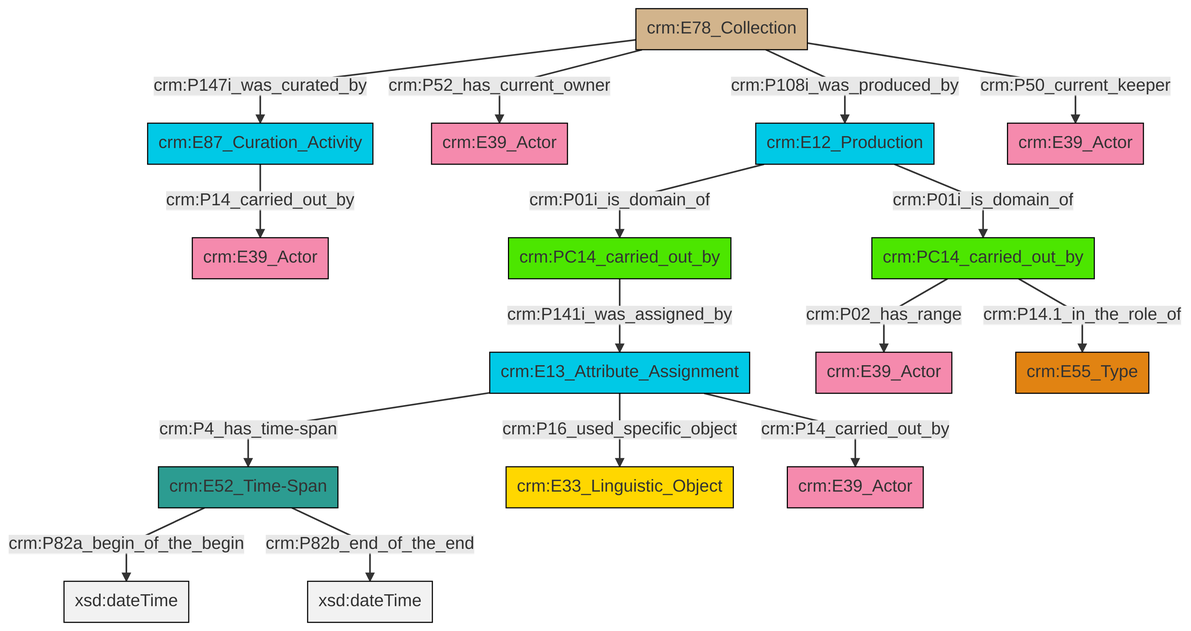
swiss-art-research-net/docs.swissartresearch keeps this Mermaid diagram as et/archivalCSV/ttl/mmd/png/archival_relation.png. Above is the earlier version. Its source is kept beside it as et/archivalCSV/ttl/mmd/archival_relation.ttl.mmd.
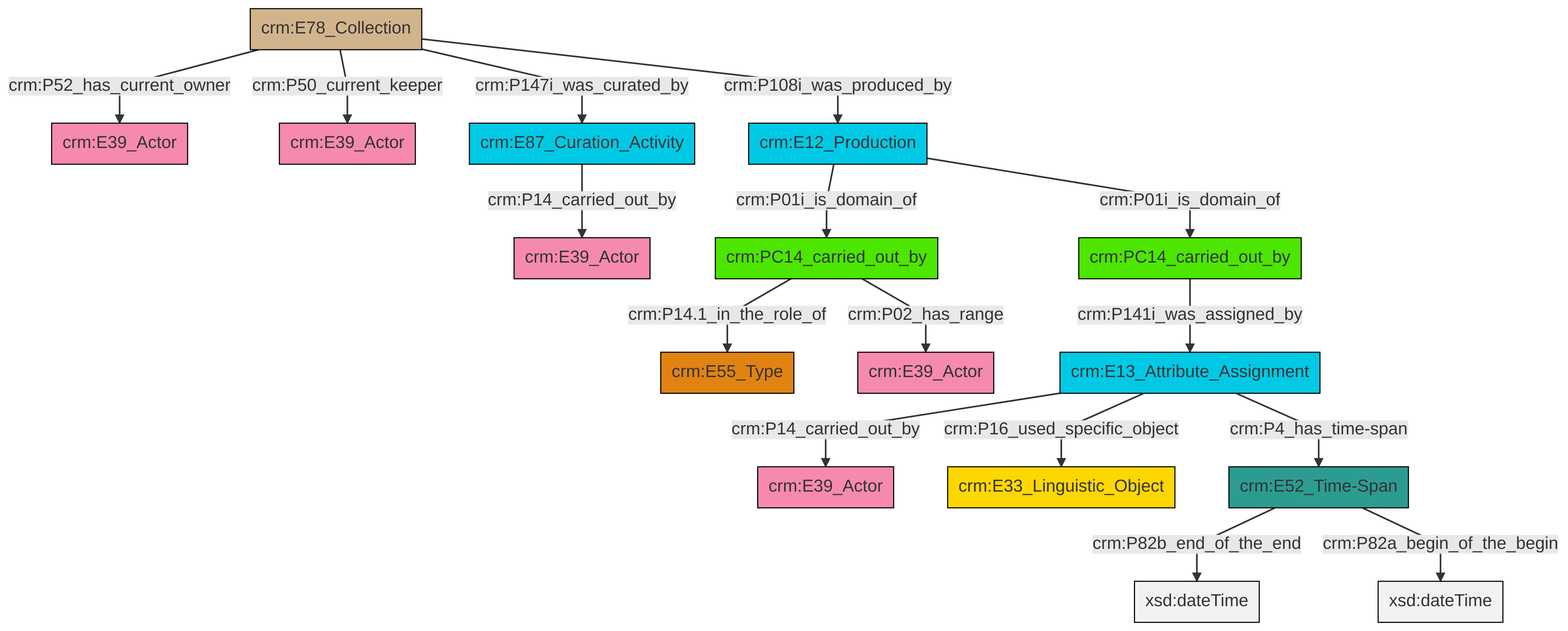
The same file after the commit.

Change to the diagram source:
```diff
@@ -13,18 +13,18 @@
 classDef PC_Classes fill:#4ce600, stroke:#000000;
 classDef Multi fill:#cccccc,stroke:#000000;
 
-0["crm:E13_Attribute_Assignment"]:::Temporal_Entity -->|crm:P4_has_time-span| 1["crm:E52_Time-Span"]:::Time-Span
-1["crm:E52_Time-Span"]:::Time-Span -->|crm:P82a_begin_of_the_begin| 2[xsd:dateTime]:::Literal
-7["crm:E12_Production"]:::Temporal_Entity -->|crm:P01i_is_domain_of| 8["crm:PC14_carried_out_by"]:::PC_Classes
-3["crm:E78_Collection"]:::Physical_Thing -->|crm:P52_has_current_owner| 9["crm:E39_Actor"]:::Actor
-13["crm:PC14_carried_out_by"]:::PC_Classes -->|crm:P02_has_range| 15["crm:E39_Actor"]:::Actor
-8["crm:PC14_carried_out_by"]:::PC_Classes -->|crm:P141i_was_assigned_by| 0["crm:E13_Attribute_Assignment"]:::Temporal_Entity
-0["crm:E13_Attribute_Assignment"]:::Temporal_Entity -->|crm:P16_used_specific_object| 16["crm:E33_Linguistic_Object"]:::Conceptual_Object
-0["crm:E13_Attribute_Assignment"]:::Temporal_Entity -->|crm:P14_carried_out_by| 19["crm:E39_Actor"]:::Actor
-20["crm:E87_Curation_Activity"]:::Temporal_Entity -->|crm:P14_carried_out_by| 5["crm:E39_Actor"]:::Actor
-13["crm:PC14_carried_out_by"]:::PC_Classes -->|crm:P14.1_in_the_role_of| 22["crm:E55_Type"]:::Type
-3["crm:E78_Collection"]:::Physical_Thing -->|crm:P108i_was_produced_by| 7["crm:E12_Production"]:::Temporal_Entity
-3["crm:E78_Collection"]:::Physical_Thing -->|crm:P147i_was_curated_by| 20["crm:E87_Curation_Activity"]:::Temporal_Entity
-7["crm:E12_Production"]:::Temporal_Entity -->|crm:P01i_is_domain_of| 13["crm:PC14_carried_out_by"]:::PC_Classes
-3["crm:E78_Collection"]:::Physical_Thing -->|crm:P50_current_keeper| 26["crm:E39_Actor"]:::Actor
-1["crm:E52_Time-Span"]:::Time-Span -->|crm:P82b_end_of_the_end| 28[xsd:dateTime]:::Literal
+2["crm:E78_Collection"]:::Physical_Thing -->|crm:P52_has_current_owner| 3["crm:E39_Actor"]:::Actor
+2["crm:E78_Collection"]:::Physical_Thing -->|crm:P50_current_keeper| 8["crm:E39_Actor"]:::Actor
+0["crm:PC14_carried_out_by"]:::PC_Classes -->|crm:P14.1_in_the_role_of| 11["crm:E55_Type"]:::Type
+14["crm:E12_Production"]:::Temporal_Entity -->|crm:P01i_is_domain_of| 0["crm:PC14_carried_out_by"]:::PC_Classes
+0["crm:PC14_carried_out_by"]:::PC_Classes -->|crm:P02_has_range| 4["crm:E39_Actor"]:::Actor
+17["crm:E52_Time-Span"]:::Time-Span -->|crm:P82b_end_of_the_end| 22[xsd:dateTime]:::Literal
+2["crm:E78_Collection"]:::Physical_Thing -->|crm:P147i_was_curated_by| 20["crm:E87_Curation_Activity"]:::Temporal_Entity
+2["crm:E78_Collection"]:::Physical_Thing -->|crm:P108i_was_produced_by| 14["crm:E12_Production"]:::Temporal_Entity
+20["crm:E87_Curation_Activity"]:::Temporal_Entity -->|crm:P14_carried_out_by| 23["crm:E39_Actor"]:::Actor
+17["crm:E52_Time-Span"]:::Time-Span -->|crm:P82a_begin_of_the_begin| 24[xsd:dateTime]:::Literal
+25["crm:PC14_carried_out_by"]:::PC_Classes -->|crm:P141i_was_assigned_by| 9["crm:E13_Attribute_Assignment"]:::Temporal_Entity
+9["crm:E13_Attribute_Assignment"]:::Temporal_Entity -->|crm:P14_carried_out_by| 6["crm:E39_Actor"]:::Actor
+9["crm:E13_Attribute_Assignment"]:::Temporal_Entity -->|crm:P16_used_specific_object| 28["crm:E33_Linguistic_Object"]:::Conceptual_Object
+9["crm:E13_Attribute_Assignment"]:::Temporal_Entity -->|crm:P4_has_time-span| 17["crm:E52_Time-Span"]:::Time-Span
+14["crm:E12_Production"]:::Temporal_Entity -->|crm:P01i_is_domain_of| 25["crm:PC14_carried_out_by"]:::PC_Classes
```
